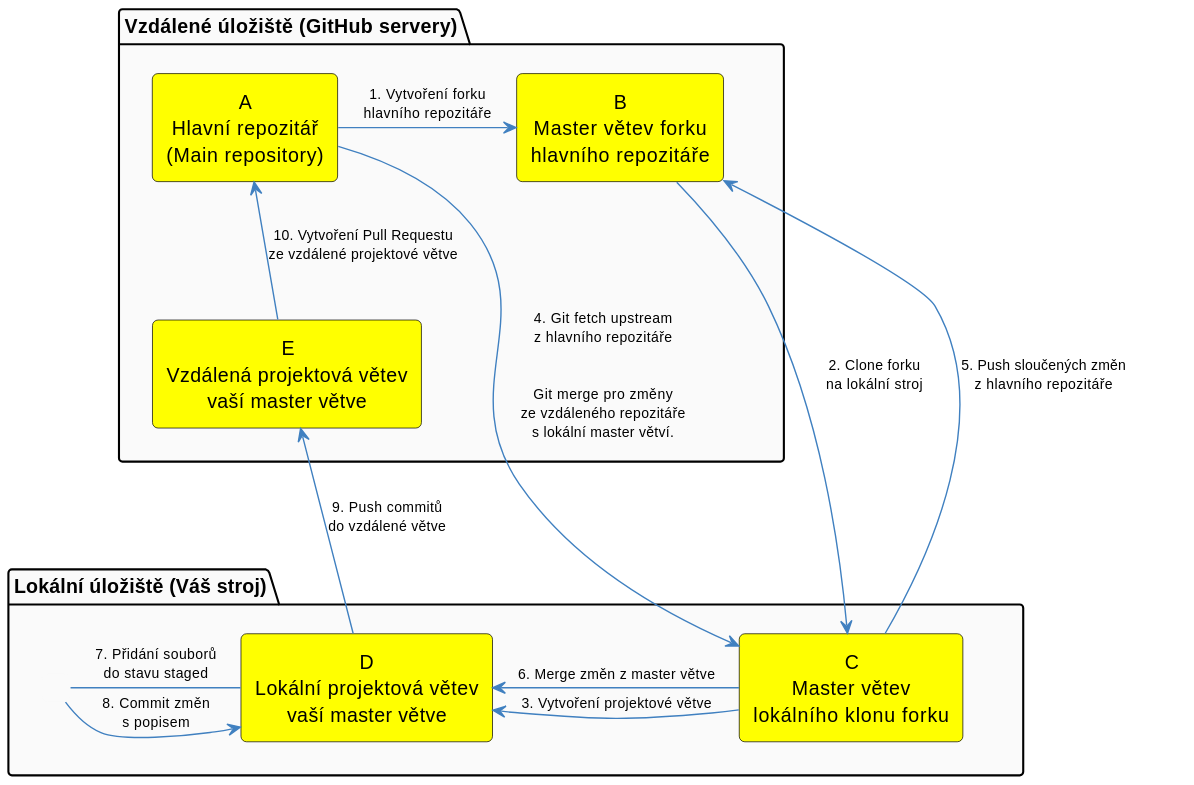
Before: src/figures/github/fork-workflow.svg, a diagram exported from PlantUML (rcMarty/crabeye-thesis).
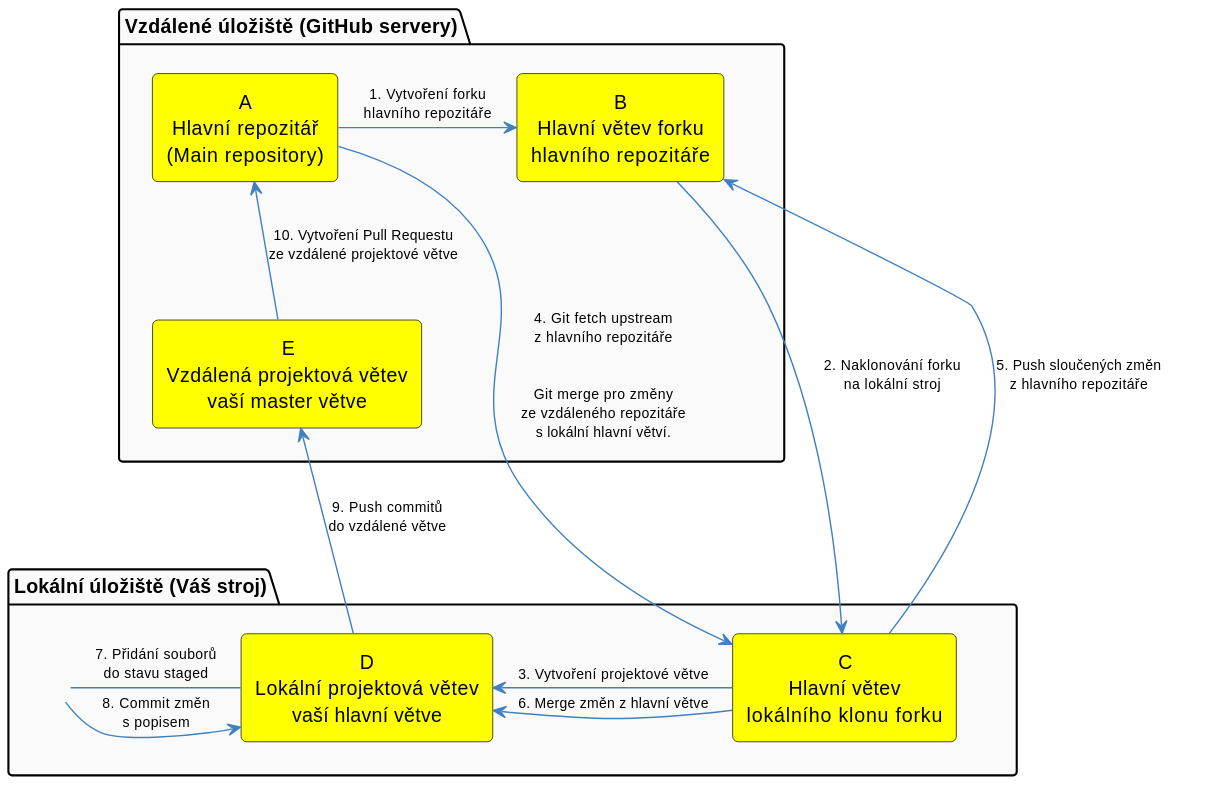
After the change.

The edit, as a diff of the source:
```diff
@@ -21,14 +21,14 @@
 
 package "Vzdálené úložiště (GitHub servery)" as Remote {
     rectangle "A\nHlavní repozitář\n(Main repository)" as A
-    rectangle "B\nMaster větev forku\nhlavního repozitáře" as B
+    rectangle "B\nHlavní větev forku\nhlavního repozitáře" as B
     rectangle "E\nVzdálená projektová větev\nvaší master větve" as E
 }
 
 package "Lokální úložiště (Váš stroj)" as Local {
     rectangle " " as DSpace #FAFAFA;line:FAFAFA
-    rectangle "C\nMaster větev\nlokálního klonu forku" as C
-    rectangle "D\nLokální projektová větev\nvaší master větve" as D
+    rectangle "C\nHlavní větev\nlokálního klonu forku" as C
+    rectangle "D\nLokální projektová větev\nvaší hlavní větve" as D
 }
 
 Remote -[hidden]down-> Local
@@ -41,11 +41,11 @@
 D -[hidden]right-> C
 
 A -right-> B : 1. Vytvoření forku\nhlavního repozitáře
-B -down-> C  : 2. Clone forku\nna lokální stroj
+B -down-> C  : 2. Naklonování forku\nna lokální stroj
 C -left-> D  : 3. Vytvoření projektové větve
-A --> C  : 4. Git fetch upstream\nz hlavního repozitáře\n\n\nGit merge pro změny\nze vzdáleného repozitáře\ns lokální master větví.
+A --> C  : 4. Git fetch upstream\nz hlavního repozitáře\n\n\nGit merge pro změny\nze vzdáleného repozitáře\ns lokální hlavní větví.
 C -up-> B : 5. Push sloučených změn\nz hlavního repozitáře
-C -left-> D       : 6. Merge změn z master větve
+C -left-> D       : 6. Merge změn z hlavní větve
 D -left- DSpace  : 7. Přidání souborů\ndo stavu staged
 DSpace -right-> D  : 8. Commit změn\ns popisem
 D -up-> E    : 9. Push commitů\ndo vzdálené větve
```
